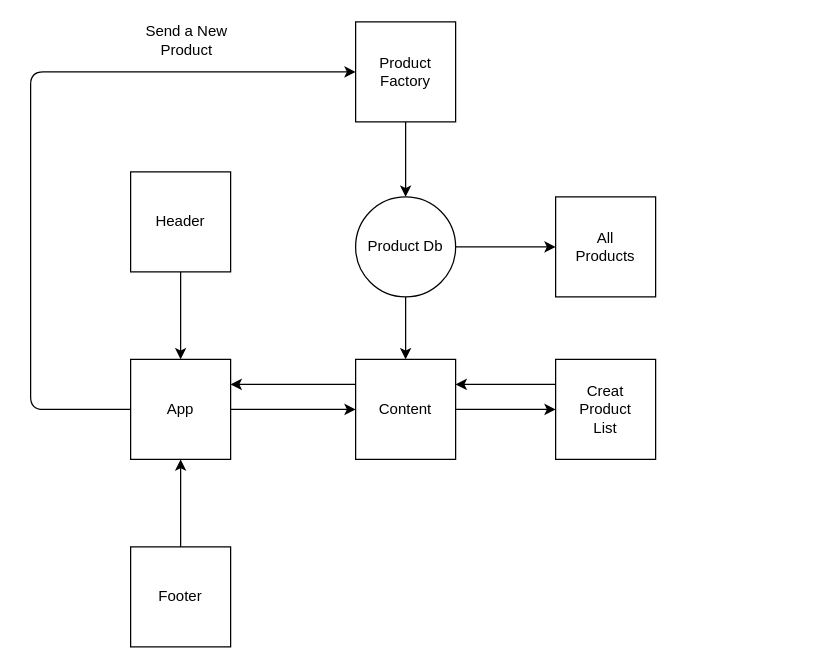
Above: src/assets/img/squeme.drawio in AndreGomesSilva/alura-geek (draw.io), before the change. Source tidied: cells renumbered, new cells numbered last; positions are measured from the earlier drawing's top-left corner, leaving out a move shared by most shapes. Both pictures are drawn from the tidied source at 125%, with x=0, y=0 at pixel (30, 21).
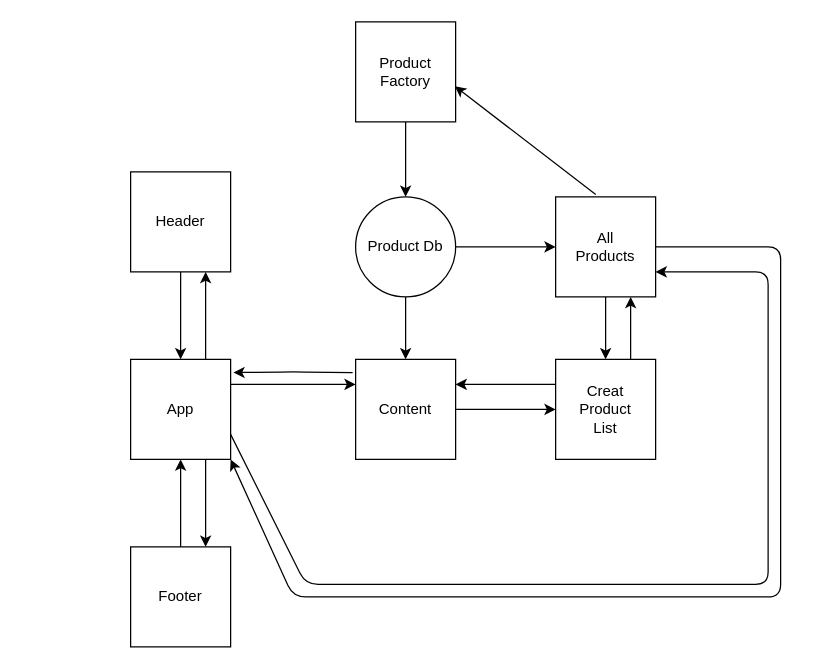
Above is the later version.

The change refers to these unchanged cells:
```xml
<mxCell id="3" value="Content" style="whiteSpace=wrap;html=1;" parent="1" vertex="1">
  <mxGeometry x="260" y="270" width="80" height="80" as="geometry" />
</mxCell>
<mxCell id="5" value="App" style="whiteSpace=wrap;html=1;" parent="1" vertex="1">
  <mxGeometry x="80" y="270" width="80" height="80" as="geometry" />
</mxCell>
<mxCell id="6" value="Creat&lt;br&gt;Product&lt;br&gt;List" style="whiteSpace=wrap;html=1;" parent="1" vertex="1">
  <mxGeometry x="420" y="270" width="80" height="80" as="geometry" />
</mxCell>
<mxCell id="13" value="Product&lt;br&gt;Factory" style="whiteSpace=wrap;html=1;" parent="1" vertex="1">
  <mxGeometry x="260" width="80" height="80" as="geometry" />
</mxCell>
<mxCell id="15" value="Header" style="whiteSpace=wrap;html=1;" parent="1" vertex="1">
  <mxGeometry x="80" y="120" width="80" height="80" as="geometry" />
</mxCell>
<mxCell id="17" value="Footer" style="whiteSpace=wrap;html=1;" parent="1" vertex="1">
  <mxGeometry x="80" y="420" width="80" height="80" as="geometry" />
</mxCell>
<mxCell id="20" value="All&lt;br&gt;Products" style="whiteSpace=wrap;html=1;" parent="1" vertex="1">
  <mxGeometry x="420" y="140" width="80" height="80" as="geometry" />
</mxCell>
```

The edit, as a diff of the source:
```diff
@@
-    <mxCell id="4" style="edgeStyle=none;html=1;" parent="1" edge="1" source="5" target="3">
-      <mxGeometry relative="1" as="geometry" />
+    <mxCell id="4" style="edgeStyle=none;html=1;entryX=0;entryY=0.25;entryDx=0;entryDy=0;exitX=1;exitY=0.25;exitDx=0;exitDy=0;" parent="1" edge="1" source="5" target="3">
+      <mxGeometry relative="1" as="geometry">
+        <Array as="points">
+          <mxPoint x="210" y="290" />
+        </Array>
+      </mxGeometry>
     </mxCell>
+    <mxCell id="21" style="edgeStyle=none;html=1;exitX=0.75;exitY=0;exitDx=0;exitDy=0;entryX=0.75;entryY=1;entryDx=0;entryDy=0;" parent="1" edge="1" source="5" target="15">
+      <mxGeometry relative="1" as="geometry" />
+    </mxCell>
+    <mxCell id="22" style="edgeStyle=none;html=1;exitX=0.75;exitY=1;exitDx=0;exitDy=0;entryX=0.75;entryY=0;entryDx=0;entryDy=0;" parent="1" edge="1" source="5" target="17">
+      <mxGeometry relative="1" as="geometry" />
+    </mxCell>
+    <mxCell id="23" style="edgeStyle=none;html=1;exitX=1;exitY=0.75;exitDx=0;exitDy=0;entryX=1;entryY=0.75;entryDx=0;entryDy=0;" parent="1" edge="1" source="5" target="20">
+      <mxGeometry relative="1" as="geometry">
+        <Array as="points">
+          <mxPoint x="220" y="450" />
+          <mxPoint x="590" y="450" />
+          <mxPoint x="590" y="200" />
+        </Array>
+      </mxGeometry>
+    </mxCell>
@@
+    <mxCell id="24" style="edgeStyle=none;html=1;exitX=0.75;exitY=0;exitDx=0;exitDy=0;entryX=0.75;entryY=1;entryDx=0;entryDy=0;" parent="1" edge="1" source="6" target="20">
+      <mxGeometry relative="1" as="geometry" />
+    </mxCell>
@@
-    <mxCell id="8" style="endArrow=classic;html=1;entryX=1;entryY=0.25;entryDx=0;entryDy=0;exitX=0;exitY=0.25;exitDx=0;exitDy=0;" parent="1" edge="1" source="3" target="5">
-      <mxGeometry relative="1" as="geometry" />
+    <mxCell id="8" style="endArrow=classic;html=1;entryX=1.028;entryY=0.132;entryDx=0;entryDy=0;exitX=-0.03;exitY=0.132;exitDx=0;exitDy=0;entryPerimeter=0;exitPerimeter=0;" parent="1" edge="1" source="3" target="5">
+      <mxGeometry relative="1" as="geometry">
+        <Array as="points">
+          <mxPoint x="210" y="280" />
+        </Array>
+      </mxGeometry>
     </mxCell>
@@
-    <mxCell id="18" style="endArrow=classic;html=1;entryX=0;entryY=0.5;entryDx=0;entryDy=0;exitX=0;exitY=0.5;exitDx=0;exitDy=0;" parent="1" edge="1" source="5" target="13">
-      <mxGeometry relative="1" as="geometry">
-        <Array as="points">
-          <mxPoint y="310" />
-          <mxPoint y="40" />
-        </Array>
-      </mxGeometry>
-    </mxCell>
-    <mxCell id="19" value="Send a New Product" style="text;html=1;strokeColor=none;fillColor=none;align=center;verticalAlign=middle;whiteSpace=wrap;rounded=0;" parent="1" vertex="1">
-      <mxGeometry x="70" width="110" height="30" as="geometry" />
-    </mxCell>
+    <mxCell id="25" style="edgeStyle=none;html=1;" parent="1" edge="1" source="20" target="6">
+      <mxGeometry relative="1" as="geometry" />
+    </mxCell>
+    <mxCell id="26" style="edgeStyle=none;html=1;exitX=1;exitY=0.5;exitDx=0;exitDy=0;entryX=1;entryY=1;entryDx=0;entryDy=0;" parent="1" edge="1" source="20" target="5">
+      <mxGeometry relative="1" as="geometry">
+        <Array as="points">
+          <mxPoint x="600" y="180" />
+          <mxPoint x="600" y="460" />
+          <mxPoint x="210" y="460" />
+        </Array>
+      </mxGeometry>
+    </mxCell>
@@
+    <mxCell id="27" style="edgeStyle=none;html=1;entryX=0.992;entryY=0.643;entryDx=0;entryDy=0;exitX=0.401;exitY=-0.023;exitDx=0;exitDy=0;exitPerimeter=0;entryPerimeter=0;" parent="1" edge="1" source="20" target="13">
+      <mxGeometry relative="1" as="geometry" />
+    </mxCell>
```
